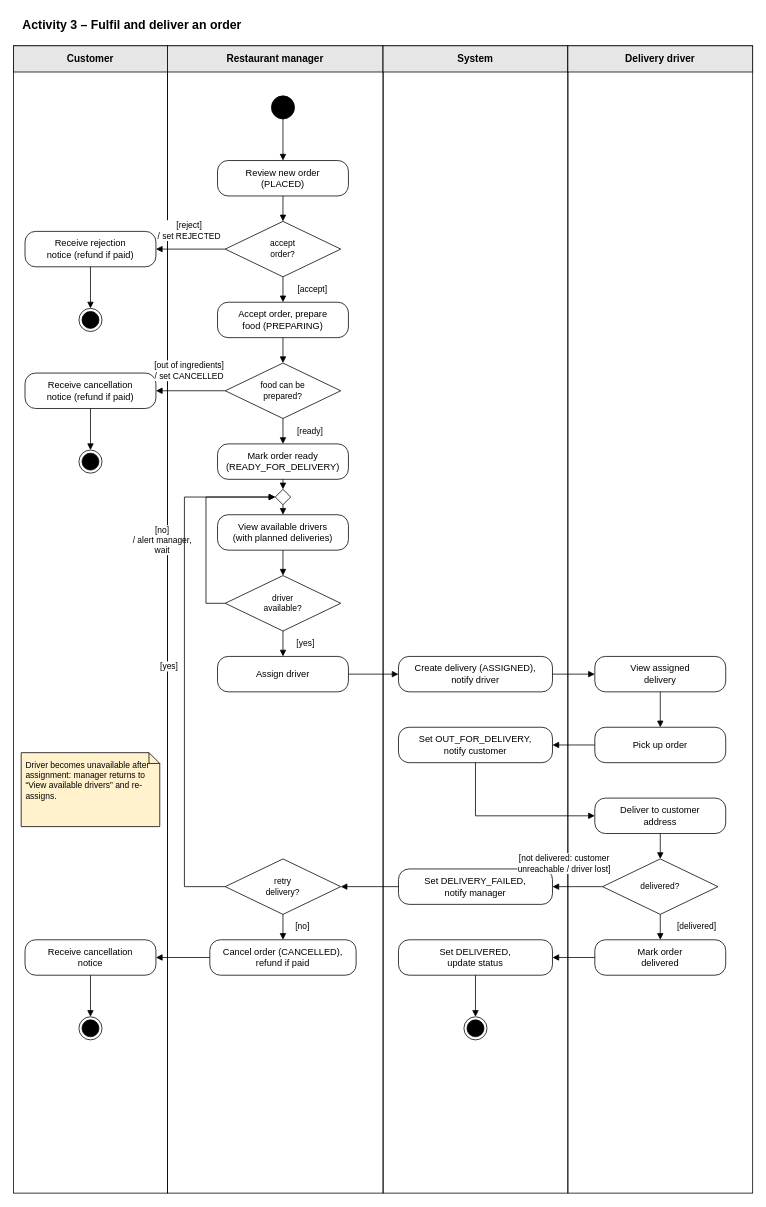
Above: Activity Diagrams/Activity_3_Fulfil_and_deliver_order.drawio in Lukap42/SWE1_Project (draw.io), before the change. Source tidied: cells renumbered, new cells numbered last; positions are measured from the earlier drawing's top-left corner, leaving out a move shared by most shapes. Both pictures are drawn from the tidied source at 77%, with x=0, y=0 at pixel (13, 13).
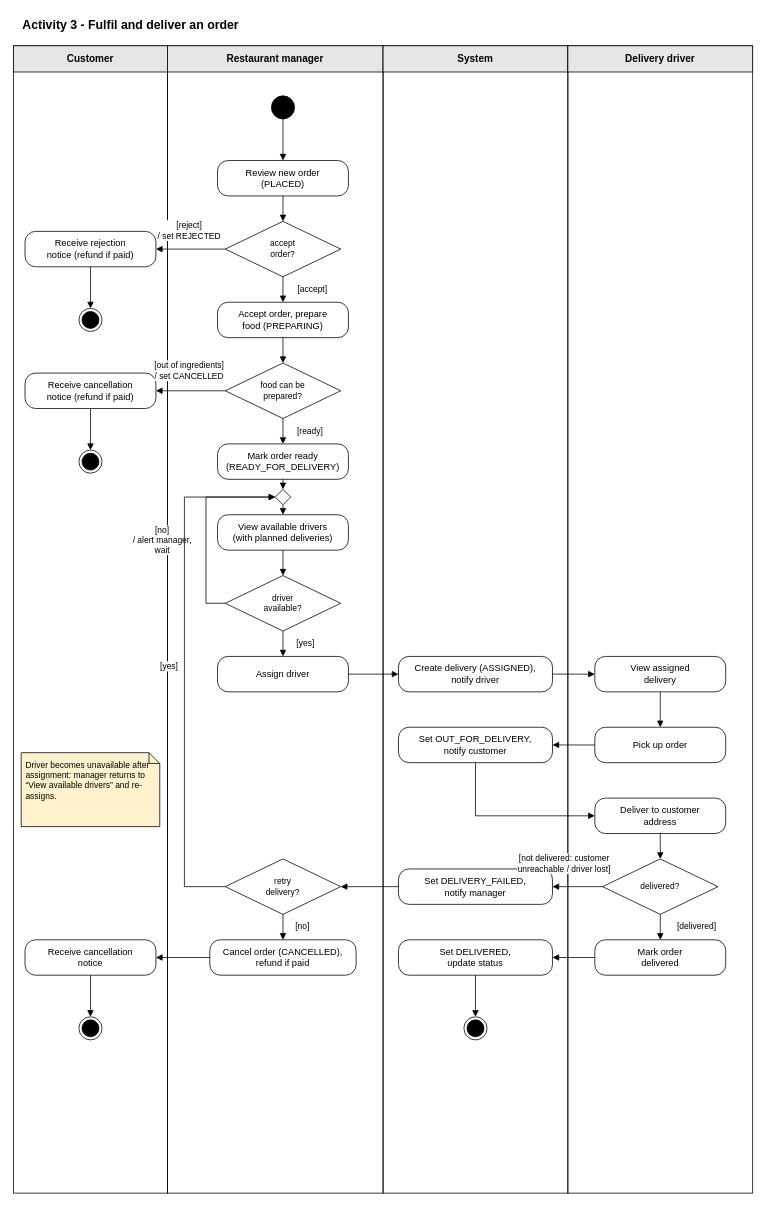
The same page after the edit.

Commit message (it also covers changes not shown here):
fixed activity diagrams

Diff of the diagram source:
```diff
@@
-    <mxCell id="2" value="Activity 3 – Fulfil and deliver an order" style="text;html=1;align=left;verticalAlign=middle;fontSize=16;fontStyle=1;" parent="1" vertex="1">
+    <mxCell id="2" value="Activity 3 - Fulfil and deliver an order" style="text;html=1;align=left;verticalAlign=middle;fontSize=16;fontStyle=1;" parent="1" vertex="1">
       <mxGeometry x="10" width="700" height="30" as="geometry" />
     </mxCell>
```
